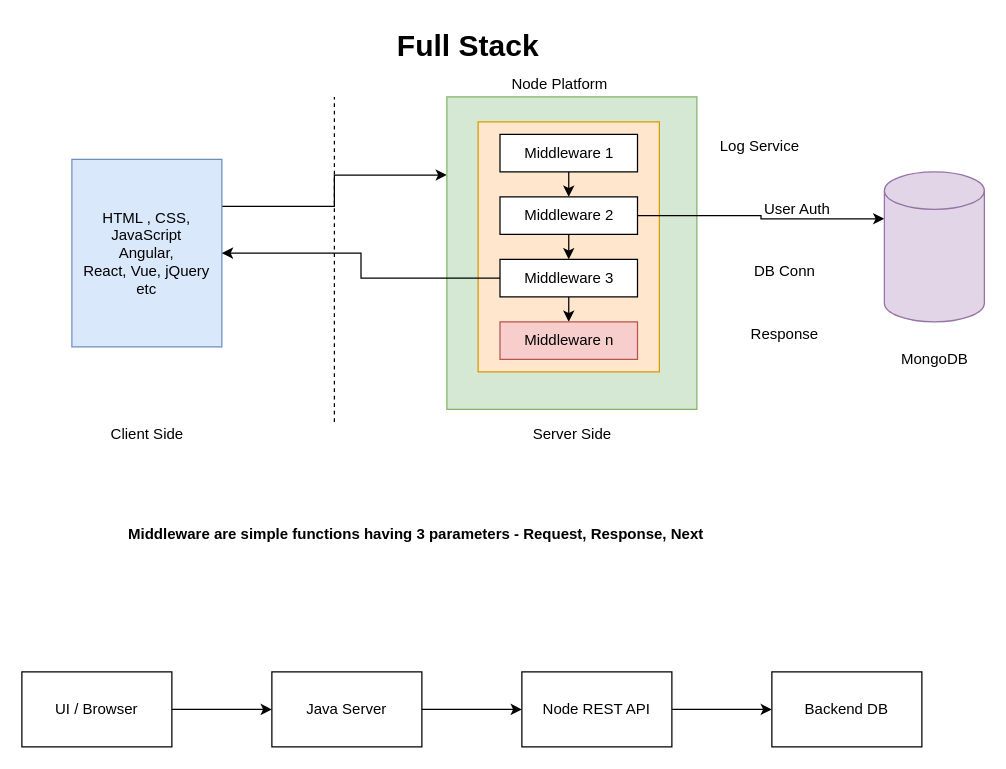
Earlier version of the draw.io diagram page "Page-4" (4 of 6) of refs/node-diagrams.drawio (synergy2411/dxc-feb-22). Source tidied: cells renumbered, new cells numbered last; positions are measured from the earlier drawing's top-left corner, leaving out a move shared by most shapes. Both pictures are drawn from the tidied source at 125%, with x=0, y=0 at pixel (21, 21).
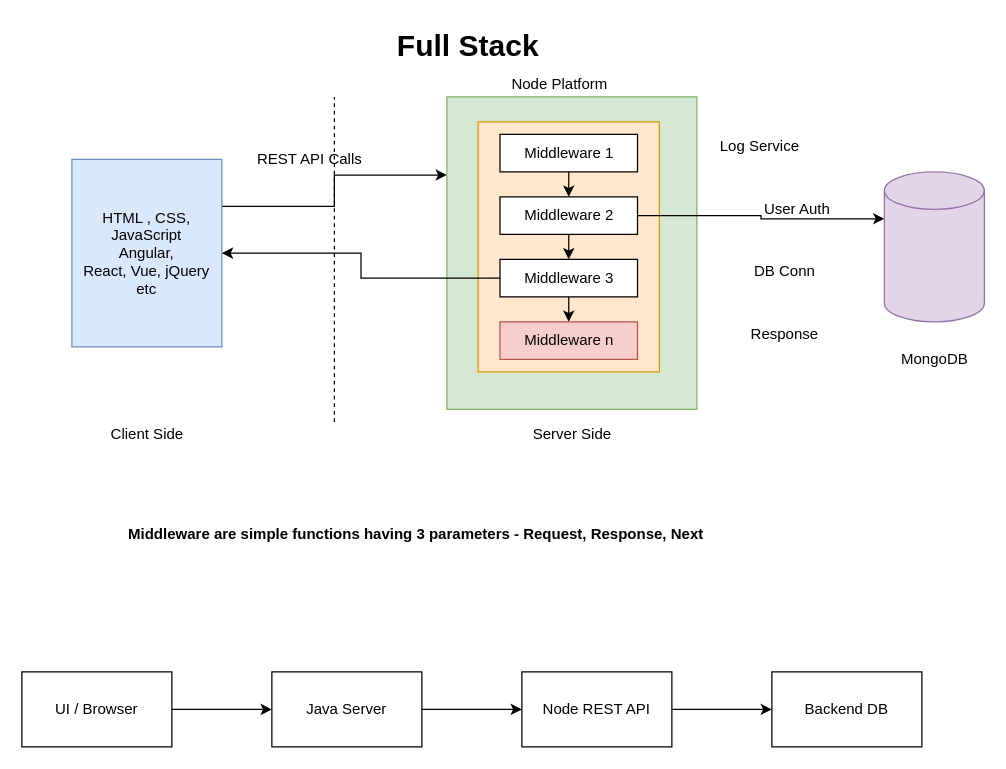
Above is the later version.

What changed in the source:
```diff
@@
+    <mxCell id="34" value="REST API Calls" style="text;html=1;align=center;verticalAlign=middle;strokeColor=none;fillColor=none;" parent="1" vertex="1">
+      <mxGeometry x="180" y="100" width="100" height="20" as="geometry" />
+    </mxCell>
```
